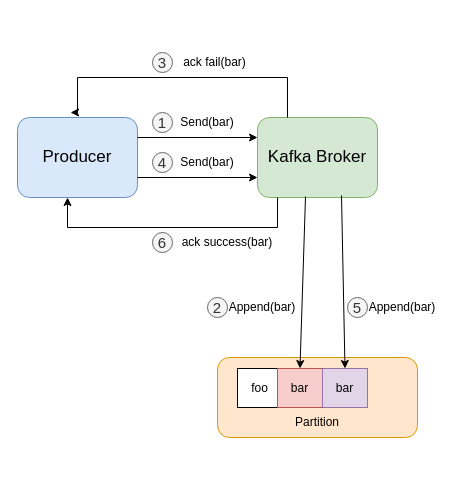
Above: drawio/kafka/idempotent-producer-2.drawio in windowforsun/blog (draw.io), before the change. Source tidied: cells renumbered, new cells numbered last; positions are measured from the earlier drawing's top-left corner, leaving out a move shared by most shapes. Both pictures are drawn from the tidied source at 100%, with x=0, y=0 at pixel (17, 47).
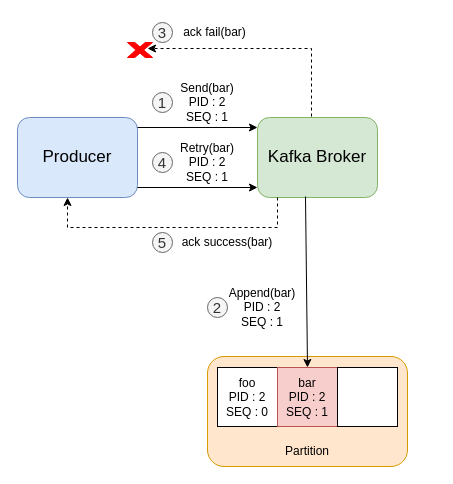
After the change.

The change refers to these unchanged cells:
```xml
<mxCell id="2" value="&lt;font style=&quot;font-size: 17px;&quot;&gt;Producer&lt;/font&gt;" style="rounded=1;whiteSpace=wrap;html=1;fillColor=#dae8fc;strokeColor=#6c8ebf;" parent="1" vertex="1">
  <mxGeometry y="70" width="120" height="80" as="geometry" />
</mxCell>
<mxCell id="3" value="&lt;span style=&quot;font-size: 17px;&quot;&gt;Kafka Broker&lt;/span&gt;" style="rounded=1;whiteSpace=wrap;html=1;fillColor=#d5e8d4;strokeColor=#82b366;" parent="1" vertex="1">
  <mxGeometry x="240" y="70" width="120" height="80" as="geometry" />
</mxCell>
```

The edit, as a diff of the source:
```diff
@@
     <mxCell id="4" style="group;" parent="1" vertex="1">
-      <mxGeometry x="200" y="310" width="200" height="80" as="geometry" />
+      <mxGeometry x="190" y="309" width="200" height="110" as="geometry" />
     </mxCell>
     <mxCell id="5" style="rounded=1;whiteSpace=wrap;html=1;fillColor=#ffe6cc;strokeColor=#d79b00;" parent="4" vertex="1">
-      <mxGeometry width="200" height="80" as="geometry" />
+      <mxGeometry width="200" height="110" as="geometry" />
     </mxCell>
-    <mxCell id="6" value="foo" style="rounded=0;whiteSpace=wrap;html=1;" parent="4" vertex="1">
-      <mxGeometry x="20" y="11" width="45" height="39" as="geometry" />
+    <mxCell id="6" value="foo&lt;br&gt;PID : 2&lt;br&gt;SEQ : 0" style="rounded=0;whiteSpace=wrap;html=1;" parent="4" vertex="1">
+      <mxGeometry x="10" y="11" width="60" height="59" as="geometry" />
     </mxCell>
     <mxCell id="7" value="Partition" style="text;html=1;strokeColor=none;fillColor=none;align=center;verticalAlign=middle;whiteSpace=wrap;rounded=0;" parent="4" vertex="1">
-      <mxGeometry x="70" y="50" width="60" height="30" as="geometry" />
+      <mxGeometry x="70" y="80" width="60" height="30" as="geometry" />
     </mxCell>
-    <mxCell id="8" value="bar" style="rounded=0;whiteSpace=wrap;html=1;fillColor=#f8cecc;strokeColor=#b85450;" parent="4" vertex="1">
-      <mxGeometry x="60" y="11" width="45" height="39" as="geometry" />
+    <mxCell id="8" value="bar&lt;br&gt;PID : 2&lt;br&gt;SEQ : 1" style="rounded=0;whiteSpace=wrap;html=1;fillColor=#f8cecc;strokeColor=#b85450;" parent="4" vertex="1">
+      <mxGeometry x="70" y="11" width="60" height="59" as="geometry" />
     </mxCell>
-    <mxCell id="9" value="bar" style="rounded=0;whiteSpace=wrap;html=1;fillColor=#e1d5e7;strokeColor=#9673a6;" parent="4" vertex="1">
-      <mxGeometry x="105" y="11" width="45" height="39" as="geometry" />
+    <mxCell id="9" style="rounded=0;whiteSpace=wrap;html=1;" parent="4" vertex="1">
+      <mxGeometry x="130" y="11" width="60" height="59" as="geometry" />
     </mxCell>
-    <mxCell id="10" style="endArrow=classic;html=1;rounded=0;exitX=1;exitY=0.25;exitDx=0;exitDy=0;entryX=0;entryY=0.25;entryDx=0;entryDy=0;" parent="1" edge="1" source="2" target="3">
-      <mxGeometry relative="1" as="geometry" />
+    <mxCell id="10" style="endArrow=classic;html=1;rounded=0;exitX=1;exitY=0.25;exitDx=0;exitDy=0;entryX=0;entryY=0.25;entryDx=0;entryDy=0;" parent="1" edge="1">
+      <mxGeometry relative="1" as="geometry">
+        <mxPoint x="120" y="80" as="sourcePoint" />
+        <mxPoint x="240" y="80" as="targetPoint" />
+      </mxGeometry>
     </mxCell>
     <mxCell id="11" style="endArrow=classic;html=1;rounded=0;exitX=1;exitY=0.25;exitDx=0;exitDy=0;entryX=0;entryY=0.25;entryDx=0;entryDy=0;" parent="1" edge="1">
       <mxGeometry relative="1" as="geometry">
-        <mxPoint x="120" y="130" as="sourcePoint" />
-        <mxPoint x="240" y="130" as="targetPoint" />
+        <mxPoint x="120" y="140" as="sourcePoint" />
+        <mxPoint x="240" y="140" as="targetPoint" />
       </mxGeometry>
     </mxCell>
-    <mxCell id="12" value="Send(bar)" style="text;html=1;strokeColor=none;fillColor=none;align=center;verticalAlign=middle;whiteSpace=wrap;rounded=0;" parent="1" vertex="1">
-      <mxGeometry x="160" y="60" width="60" height="30" as="geometry" />
+    <mxCell id="12" value="Send(bar)&lt;br&gt;PID : 2&lt;br&gt;SEQ : 1" style="text;html=1;strokeColor=none;fillColor=none;align=center;verticalAlign=middle;whiteSpace=wrap;rounded=0;" parent="1" vertex="1">
+      <mxGeometry x="160" y="40" width="60" height="30" as="geometry" />
     </mxCell>
     <mxCell id="13" value="&lt;font style=&quot;font-size: 15px;&quot;&gt;1&lt;/font&gt;" style="ellipse;whiteSpace=wrap;html=1;fillColor=#f5f5f5;fontColor=#333333;strokeColor=#666666;" parent="1" vertex="1">
-      <mxGeometry x="135" y="65" width="20" height="20" as="geometry" />
+      <mxGeometry x="135" y="45" width="20" height="20" as="geometry" />
     </mxCell>
-    <mxCell id="14" value="Send(bar)" style="text;html=1;strokeColor=none;fillColor=none;align=center;verticalAlign=middle;whiteSpace=wrap;rounded=0;" parent="1" vertex="1">
+    <mxCell id="14" value="Retry(bar)&lt;br&gt;PID : 2&lt;br&gt;SEQ : 1" style="text;html=1;strokeColor=none;fillColor=none;align=center;verticalAlign=middle;whiteSpace=wrap;rounded=0;" parent="1" vertex="1">
       <mxGeometry x="160" y="100" width="60" height="30" as="geometry" />
     </mxCell>
@@
-    <mxCell id="17" style="endArrow=classic;html=1;rounded=0;exitX=0.7;exitY=0.975;exitDx=0;exitDy=0;exitPerimeter=0;entryX=0.5;entryY=0;entryDx=0;entryDy=0;" parent="1" edge="1" source="3" target="9">
-      <mxGeometry relative="1" as="geometry" />
-    </mxCell>
-    <mxCell id="18" value="Append(bar)" style="text;html=1;strokeColor=none;fillColor=none;align=center;verticalAlign=middle;whiteSpace=wrap;rounded=0;" parent="1" vertex="1">
+    <mxCell id="18" value="Append(bar)&lt;br&gt;PID : 2&lt;br&gt;SEQ : 1" style="text;html=1;strokeColor=none;fillColor=none;align=center;verticalAlign=middle;whiteSpace=wrap;rounded=0;" parent="1" vertex="1">
       <mxGeometry x="215" y="245" width="60" height="30" as="geometry" />
     </mxCell>
@@
-    <mxCell id="20" value="Append(bar)" style="text;html=1;strokeColor=none;fillColor=none;align=center;verticalAlign=middle;whiteSpace=wrap;rounded=0;" parent="1" vertex="1">
-      <mxGeometry x="355" y="245" width="60" height="30" as="geometry" />
-    </mxCell>
-    <mxCell id="21" value="&lt;font style=&quot;font-size: 15px;&quot;&gt;5&lt;/font&gt;" style="ellipse;whiteSpace=wrap;html=1;fillColor=#f5f5f5;fontColor=#333333;strokeColor=#666666;" parent="1" vertex="1">
-      <mxGeometry x="330" y="250" width="20" height="20" as="geometry" />
-    </mxCell>
-    <mxCell id="22" style="endArrow=classic;html=1;rounded=0;entryX=0.417;entryY=1;entryDx=0;entryDy=0;entryPerimeter=0;edgeStyle=orthogonalEdgeStyle;" parent="1" edge="1" target="2">
+    <mxCell id="22" style="endArrow=classic;html=1;rounded=0;entryX=0.417;entryY=1;entryDx=0;entryDy=0;entryPerimeter=0;edgeStyle=orthogonalEdgeStyle;dashed=1;" parent="1" edge="1" target="2">
       <mxGeometry relative="1" as="geometry">
         <mxPoint x="260" y="150" as="sourcePoint" />
         <Array as="points">
           <mxPoint x="260" y="180" />
           <mxPoint x="50" y="180" />
         </Array>
       </mxGeometry>
     </mxCell>
@@
-    <mxCell id="24" value="&lt;font style=&quot;font-size: 15px;&quot;&gt;6&lt;/font&gt;" style="ellipse;whiteSpace=wrap;html=1;fillColor=#f5f5f5;fontColor=#333333;strokeColor=#666666;" parent="1" vertex="1">
+    <mxCell id="24" value="&lt;font style=&quot;font-size: 15px;&quot;&gt;5&lt;/font&gt;" style="ellipse;whiteSpace=wrap;html=1;fillColor=#f5f5f5;fontColor=#333333;strokeColor=#666666;" parent="1" vertex="1">
       <mxGeometry x="135" y="185" width="20" height="20" as="geometry" />
     </mxCell>
     <mxCell id="25" value="ack fail(bar)" style="text;html=1;strokeColor=none;fillColor=none;align=center;verticalAlign=middle;whiteSpace=wrap;rounded=0;" parent="1" vertex="1">
-      <mxGeometry x="160" width="75" height="30" as="geometry" />
+      <mxGeometry x="160" y="-30" width="75" height="30" as="geometry" />
     </mxCell>
     <mxCell id="26" value="&lt;font style=&quot;font-size: 15px;&quot;&gt;3&lt;/font&gt;" style="ellipse;whiteSpace=wrap;html=1;fillColor=#f5f5f5;fontColor=#333333;strokeColor=#666666;" parent="1" vertex="1">
-      <mxGeometry x="135" y="5" width="20" height="20" as="geometry" />
+      <mxGeometry x="135" y="-25" width="20" height="20" as="geometry" />
     </mxCell>
-    <mxCell id="27" style="endArrow=classic;html=1;rounded=0;entryX=0.442;entryY=-0.062;entryDx=0;entryDy=0;entryPerimeter=0;edgeStyle=orthogonalEdgeStyle;exitX=0.25;exitY=0;exitDx=0;exitDy=0;" parent="1" edge="1" source="3" target="2">
-      <mxGeometry relative="1" as="geometry">
-        <Array as="points">
-          <mxPoint x="270" y="30" />
-          <mxPoint x="60" y="30" />
-          <mxPoint x="60" y="65" />
-        </Array>
-      </mxGeometry>
-    </mxCell>
+    <mxCell id="28" style="endArrow=classic;html=1;rounded=0;exitX=0.45;exitY=-0.012;exitDx=0;exitDy=0;exitPerimeter=0;edgeStyle=orthogonalEdgeStyle;dashed=1;" parent="1" edge="1" source="3">
+      <mxGeometry relative="1" as="geometry">
+        <mxPoint x="130" y="1" as="targetPoint" />
+        <Array as="points">
+          <mxPoint x="294" y="1" />
+          <mxPoint x="160" y="1" />
+        </Array>
+      </mxGeometry>
+    </mxCell>
+    <mxCell id="29" style="verticalLabelPosition=bottom;verticalAlign=top;html=1;shape=mxgraph.basic.x;fillColor=#FF0000;strokeColor=#FF0000;" parent="1" vertex="1">
+      <mxGeometry x="110" y="-5" width="25" height="15" as="geometry" />
+    </mxCell>
```
